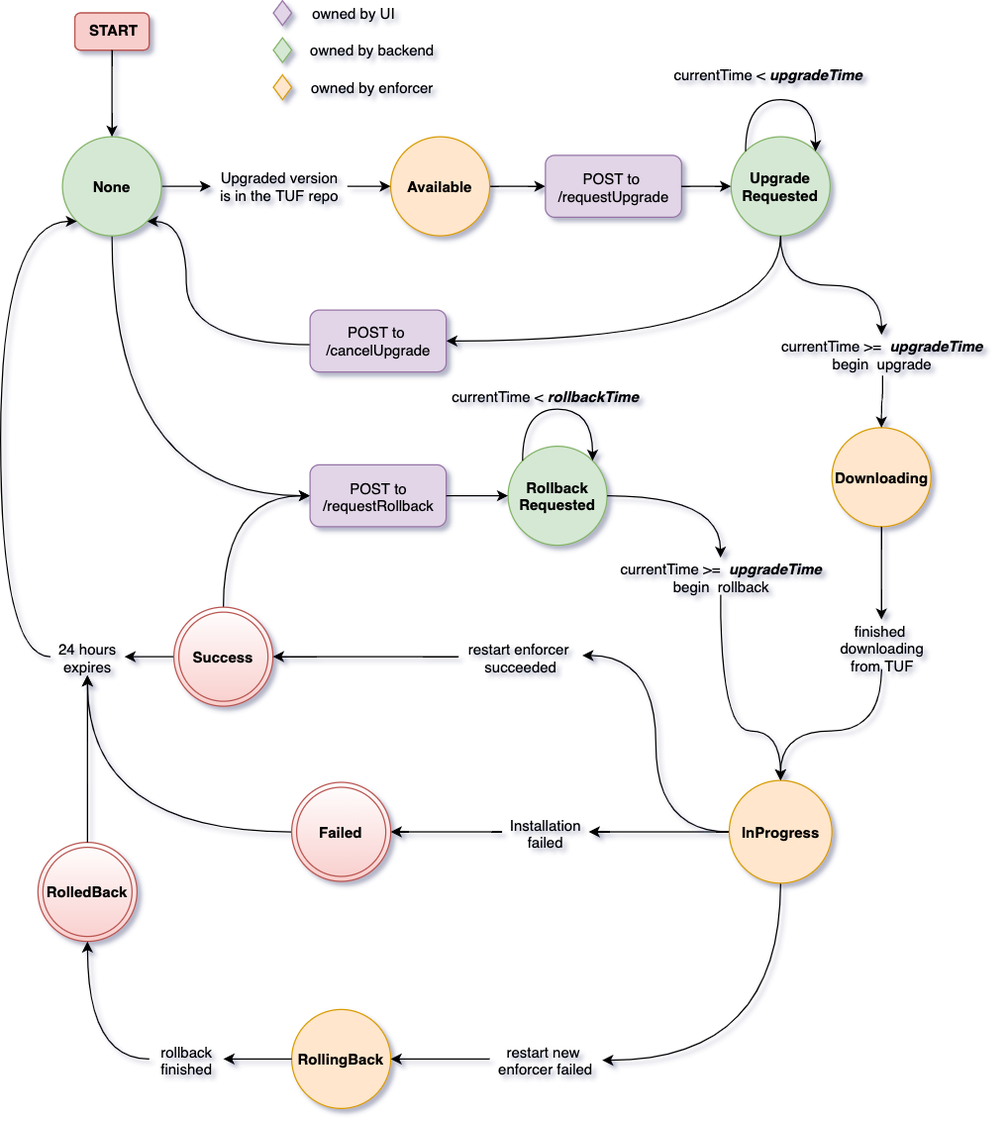
The draw.io diagram upgradeStatus.png in brianonn/drawio, before a commit. Source tidied: cells renumbered, new cells last; positions are measured from the earlier drawing's top-left corner, leaving out a move shared by most shapes.
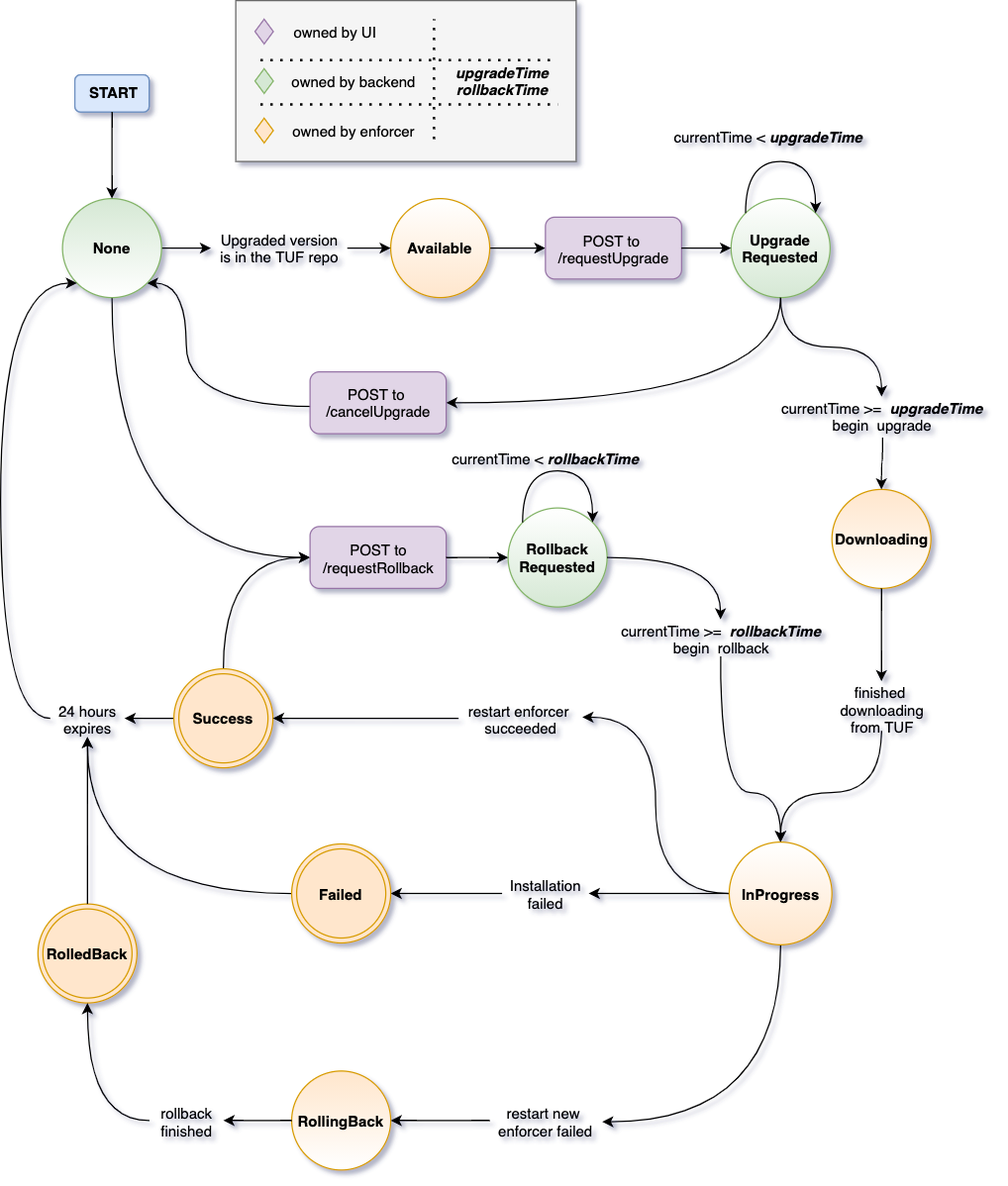
After the commit.

What changed in the source:
```diff
@@ -2,10 +2,10 @@
   <root>
     <mxCell id="0" />
     <mxCell id="1" parent="0" />
-    <mxCell id="2" style="group;fillColor=#f8cecc;strokeColor=#b85450;direction=west;rounded=1;glass=0;shadow=0;sketch=0;" parent="1" vertex="1">
+    <mxCell id="2" style="group;fillColor=#dae8fc;strokeColor=#6c8ebf;direction=west;rounded=1;glass=0;shadow=0;sketch=0;" parent="1" vertex="1">
       <mxGeometry x="60" y="10" width="60" height="30" as="geometry" />
     </mxCell>
-    <mxCell id="3" style="rounded=1;whiteSpace=wrap;html=1;fillColor=#f8cecc;strokeColor=#b85450;direction=west;" parent="2" vertex="1">
+    <mxCell id="3" style="rounded=1;whiteSpace=wrap;html=1;fillColor=#dae8fc;strokeColor=#6c8ebf;direction=west;" parent="2" vertex="1">
       <mxGeometry width="60" height="30" as="geometry" />
     </mxCell>
     <mxCell id="4" value="&lt;b&gt;START&lt;/b&gt;" style="text;html=1;align=left;verticalAlign=top;spacingTop=-4;direction=west;" parent="2" vertex="1">
@@ -14,7 +14,7 @@
     <mxCell id="5" style="edgeStyle=orthogonalEdgeStyle;curved=1;jettySize=auto;html=1;entryX=0;entryY=0.5;entryDx=0;entryDy=0;" parent="1" edge="1" source="6" target="49">
       <mxGeometry relative="1" as="geometry" />
     </mxCell>
-    <mxCell id="6" value="&lt;b&gt;Available&lt;/b&gt;" style="ellipse;whiteSpace=wrap;html=1;fillColor=#ffe6cc;strokeColor=#d79b00;direction=west;" parent="1" vertex="1">
+    <mxCell id="6" value="&lt;b&gt;Available&lt;/b&gt;" style="ellipse;whiteSpace=wrap;html=1;fillColor=#ffe6cc;strokeColor=#d79b00;direction=west;gradientColor=#ffffff;" parent="1" vertex="1">
       <mxGeometry x="315.2" y="110" width="80" height="80" as="geometry" />
     </mxCell>
     <mxCell id="7" style="edgeStyle=orthogonalEdgeStyle;curved=1;jettySize=auto;html=1;startArrow=none;startFill=0;endArrow=classic;endFill=1;entryX=0.5;entryY=1;entryDx=0;entryDy=0;" parent="1" edge="1" source="31" target="39">
@@ -25,7 +25,7 @@
         </Array>
       </mxGeometry>
     </mxCell>
-    <mxCell id="8" value="&lt;b&gt;Downloading&lt;/b&gt;" style="ellipse;whiteSpace=wrap;html=1;fillColor=#ffe6cc;strokeColor=#d79b00;direction=east;" parent="1" vertex="1">
+    <mxCell id="8" value="&lt;b&gt;Downloading&lt;/b&gt;" style="ellipse;whiteSpace=wrap;html=1;fillColor=#ffe6cc;strokeColor=#d79b00;direction=east;gradientColor=#ffffff;" parent="1" vertex="1">
       <mxGeometry x="671.7" y="345" width="80" height="80" as="geometry" />
     </mxCell>
     <mxCell id="9" style="edgeStyle=orthogonalEdgeStyle;curved=1;jettySize=auto;html=1;startArrow=none;startFill=0;endArrow=classic;endFill=1;entryX=0.5;entryY=0;entryDx=0;entryDy=0;exitX=0.495;exitY=-0.1;exitDx=0;exitDy=0;exitPerimeter=0;" parent="1" edge="1" source="29" target="8">
@@ -42,10 +42,10 @@
     <mxCell id="11" style="edgeStyle=orthogonalEdgeStyle;curved=1;jettySize=auto;html=1;entryX=1;entryY=0.5;entryDx=0;entryDy=0;exitX=0.5;exitY=0;exitDx=0;exitDy=0;" parent="1" edge="1" source="12" target="53">
       <mxGeometry relative="1" as="geometry" />
     </mxCell>
-    <mxCell id="12" value="&lt;b&gt;Upgrade&lt;br&gt;Requested&lt;/b&gt;" style="ellipse;whiteSpace=wrap;html=1;fillColor=#d5e8d4;strokeColor=#82b366;direction=west;" parent="1" vertex="1">
+    <mxCell id="12" value="&lt;b&gt;Upgrade&lt;br&gt;Requested&lt;/b&gt;" style="ellipse;whiteSpace=wrap;html=1;fillColor=#d5e8d4;strokeColor=#82b366;direction=west;gradientColor=#ffffff;" parent="1" vertex="1">
       <mxGeometry x="590.2" y="110" width="80" height="80" as="geometry" />
     </mxCell>
-    <mxCell id="13" value="&lt;b&gt;RolledBack&lt;/b&gt;" style="ellipse;shape=doubleEllipse;whiteSpace=wrap;html=1;fillColor=#f8cecc;strokeColor=#b85450;gradientColor=#ffffff;direction=west;" parent="1" vertex="1">
+    <mxCell id="13" value="&lt;b&gt;RolledBack&lt;/b&gt;" style="ellipse;shape=doubleEllipse;whiteSpace=wrap;html=1;fillColor=#ffe6cc;strokeColor=#d79b00;direction=west;" parent="1" vertex="1">
       <mxGeometry x="30.2" y="680" width="80" height="80" as="geometry" />
     </mxCell>
     <mxCell id="14" style="edgeStyle=orthogonalEdgeStyle;curved=1;jettySize=auto;html=1;startArrow=none;startFill=0;endArrow=classic;endFill=1;" parent="1" edge="1" source="16" target="42">
@@ -54,7 +54,7 @@
     <mxCell id="15" style="edgeStyle=orthogonalEdgeStyle;curved=1;jettySize=auto;html=1;entryX=0;entryY=0.5;entryDx=0;entryDy=0;exitX=0.5;exitY=1;exitDx=0;exitDy=0;" parent="1" edge="1" source="16" target="57">
       <mxGeometry relative="1" as="geometry" />
     </mxCell>
-    <mxCell id="16" value="&lt;b&gt;Success&lt;/b&gt;" style="ellipse;shape=doubleEllipse;whiteSpace=wrap;html=1;fillColor=#f8cecc;strokeColor=#b85450;gradientColor=#ffffff;direction=west;" parent="1" vertex="1">
+    <mxCell id="16" value="&lt;b&gt;Success&lt;/b&gt;" style="ellipse;shape=doubleEllipse;whiteSpace=wrap;html=1;fillColor=#ffe6cc;strokeColor=#d79b00;direction=west;" parent="1" vertex="1">
       <mxGeometry x="140" y="490" width="80" height="80" as="geometry" />
     </mxCell>
     <mxCell id="17" style="edgeStyle=orthogonalEdgeStyle;curved=1;jettySize=auto;html=1;startArrow=none;startFill=0;endArrow=classic;endFill=1;entryX=1;entryY=0.5;entryDx=0;entryDy=0;" parent="1" edge="1" source="40" target="21">
@@ -69,7 +69,7 @@
     <mxCell id="20" style="edgeStyle=orthogonalEdgeStyle;curved=1;jettySize=auto;html=1;startArrow=none;startFill=0;endArrow=classic;endFill=1;" parent="1" edge="1" source="27" target="13">
       <mxGeometry relative="1" as="geometry" />
     </mxCell>
-    <mxCell id="21" value="&lt;b&gt;RollingBack&lt;/b&gt;" style="ellipse;whiteSpace=wrap;html=1;fillColor=#ffe6cc;strokeColor=#d79b00;direction=east;" parent="1" vertex="1">
+    <mxCell id="21" value="&lt;b&gt;RollingBack&lt;/b&gt;" style="ellipse;whiteSpace=wrap;html=1;fillColor=#ffe6cc;strokeColor=#d79b00;direction=east;gradientColor=#ffffff;" parent="1" vertex="1">
       <mxGeometry x="235.2" y="815" width="80" height="80" as="geometry" />
     </mxCell>
     <mxCell id="22" style="edgeStyle=orthogonalEdgeStyle;curved=1;jettySize=auto;html=1;entryX=1;entryY=0.5;entryDx=0;entryDy=0;startArrow=none;startFill=0;endArrow=classic;endFill=1;" parent="1" edge="1" source="45" target="6">
@@ -81,7 +81,7 @@
     <mxCell id="24" style="edgeStyle=orthogonalEdgeStyle;curved=1;jettySize=auto;html=1;entryX=0;entryY=0.5;entryDx=0;entryDy=0;exitX=0.5;exitY=1;exitDx=0;exitDy=0;" parent="1" edge="1" source="25" target="57">
       <mxGeometry relative="1" as="geometry" />
     </mxCell>
-    <mxCell id="25" value="&lt;b&gt;None&lt;/b&gt;" style="ellipse;whiteSpace=wrap;html=1;labelBackgroundColor=none;fillColor=#d5e8d4;strokeColor=#82b366;direction=east;" parent="1" vertex="1">
+    <mxCell id="25" value="&lt;b&gt;None&lt;/b&gt;" style="ellipse;whiteSpace=wrap;html=1;labelBackgroundColor=none;fillColor=#d5e8d4;strokeColor=#82b366;direction=east;gradientColor=#ffffff;" parent="1" vertex="1">
       <mxGeometry x="50" y="110" width="80" height="80" as="geometry" />
     </mxCell>
     <mxCell id="26" value="restart enforcer &lt;br&gt;succeeded" style="text;html=1;points=[];align=center;verticalAlign=top;spacingTop=-4;direction=west;" parent="1" vertex="1">
@@ -108,7 +108,7 @@
     <mxCell id="33" style="edgeStyle=orthogonalEdgeStyle;curved=1;jettySize=auto;html=1;startArrow=none;startFill=0;endArrow=classic;endFill=1;" parent="1" edge="1" source="34" target="42">
       <mxGeometry relative="1" as="geometry" />
     </mxCell>
-    <mxCell id="34" value="&lt;b&gt;Failed&lt;/b&gt;" style="ellipse;shape=doubleEllipse;whiteSpace=wrap;html=1;fillColor=#f8cecc;strokeColor=#b85450;gradientColor=#ffffff;direction=west;" parent="1" vertex="1">
+    <mxCell id="34" value="&lt;b&gt;Failed&lt;/b&gt;" style="ellipse;shape=doubleEllipse;whiteSpace=wrap;html=1;fillColor=#ffe6cc;strokeColor=#d79b00;direction=west;" parent="1" vertex="1">
       <mxGeometry x="235.2" y="631.5" width="80" height="80" as="geometry" />
     </mxCell>
     <mxCell id="35" value="Installation&lt;br&gt;failed" style="text;html=1;points=[];align=center;verticalAlign=top;spacingTop=-4;direction=west;" parent="1" vertex="1">
@@ -123,7 +123,7 @@
     <mxCell id="38" style="edgeStyle=orthogonalEdgeStyle;curved=1;jettySize=auto;html=1;entryX=-0.01;entryY=0.467;entryDx=0;entryDy=0;entryPerimeter=0;exitX=0.5;exitY=0;exitDx=0;exitDy=0;" parent="1" edge="1" source="39" target="40">
       <mxGeometry relative="1" as="geometry" />
     </mxCell>
-    <mxCell id="39" value="&lt;b&gt;InProgress&lt;/b&gt;" style="ellipse;whiteSpace=wrap;html=1;fillColor=#ffe6cc;strokeColor=#d79b00;direction=west;" parent="1" vertex="1">
+    <mxCell id="39" value="&lt;b&gt;InProgress&lt;/b&gt;" style="ellipse;whiteSpace=wrap;html=1;fillColor=#ffe6cc;strokeColor=#d79b00;direction=west;gradientColor=#ffffff;" parent="1" vertex="1">
       <mxGeometry x="588.7" y="630" width="83" height="83" as="geometry" />
     </mxCell>
     <mxCell id="40" value="restart new &lt;br&gt;enforcer failed" style="text;html=1;points=[];align=center;verticalAlign=top;spacingTop=-4;direction=west;" parent="1" vertex="1">
@@ -183,7 +183,7 @@
     <mxCell id="54" value="POST to&amp;nbsp;&lt;br&gt;/cancelUpgrade" style="text;html=1;align=center;verticalAlign=middle;points=[];" parent="52" vertex="1">
       <mxGeometry x="5" y="10" width="100" height="30" as="geometry" />
     </mxCell>
-    <mxCell id="55" value="&lt;b&gt;Rollback&lt;br&gt;Requested&lt;/b&gt;" style="ellipse;whiteSpace=wrap;html=1;fillColor=#d5e8d4;strokeColor=#82b366;direction=west;" parent="1" vertex="1">
+    <mxCell id="55" value="&lt;b&gt;Rollback&lt;br&gt;Requested&lt;/b&gt;" style="ellipse;whiteSpace=wrap;html=1;fillColor=#d5e8d4;strokeColor=#82b366;direction=west;gradientColor=#ffffff;" parent="1" vertex="1">
       <mxGeometry x="410" y="360" width="80" height="80" as="geometry" />
     </mxCell>
     <mxCell id="56" style="group;" parent="1" vertex="1">
@@ -211,37 +211,63 @@
     <mxCell id="61" value="currentTime &amp;lt; &lt;b&gt;&lt;i&gt;rollbackTime&lt;/i&gt;&lt;/b&gt;" style="text;html=1;align=center;verticalAlign=middle;" parent="1" vertex="1">
       <mxGeometry x="355.2" y="310" width="170" height="20" as="geometry" />
     </mxCell>
+    <mxCell id="68" style="edgeStyle=orthogonalEdgeStyle;curved=1;jettySize=auto;html=1;" parent="1" edge="1" source="69" target="39">
+      <mxGeometry relative="1" as="geometry">
+        <Array as="points">
+          <mxPoint x="582" y="590" />
+          <mxPoint x="630" y="590" />
+        </Array>
+      </mxGeometry>
+    </mxCell>
+    <mxCell id="69" value="currentTime &amp;gt;=&amp;nbsp; &lt;b&gt;&lt;i&gt;rollbackTime&lt;/i&gt;&lt;/b&gt;&lt;br&gt;begin&amp;nbsp; rollback" style="text;html=1;points=[];align=center;verticalAlign=top;spacingTop=-4;direction=west;" parent="1" vertex="1">
+      <mxGeometry x="491.7" y="450" width="180" height="30" as="geometry" />
+    </mxCell>
+    <mxCell id="70" style="edgeStyle=orthogonalEdgeStyle;curved=1;jettySize=auto;html=1;entryX=0.5;entryY=1;entryDx=0;entryDy=0;" parent="1" edge="1" source="55" target="69">
+      <mxGeometry relative="1" as="geometry" />
+    </mxCell>
+    <mxCell id="71" style="group;" parent="1" vertex="1">
+      <mxGeometry x="190" y="-50" width="275" height="130" as="geometry" />
+    </mxCell>
+    <mxCell id="72" style="rounded=0;whiteSpace=wrap;html=1;shadow=0;glass=0;sketch=0;strokeColor=#666666;fillColor=#f5f5f5;align=center;fontColor=#333333;" parent="71" vertex="1">
+      <mxGeometry width="275" height="130" as="geometry" />
+    </mxCell>
-    <mxCell id="62" value="owned by UI" style="text;html=1;align=center;verticalAlign=middle;" parent="1" vertex="1">
-      <mxGeometry x="245" width="80" height="20" as="geometry" />
+    <mxCell id="62" value="owned by UI" style="text;html=1;align=center;verticalAlign=middle;" parent="71" vertex="1">
+      <mxGeometry x="40" y="15" width="80" height="20" as="geometry" />
     </mxCell>
-    <mxCell id="63" value="owned by backend" style="text;html=1;align=center;verticalAlign=middle;" parent="1" vertex="1">
-      <mxGeometry x="240" y="30" width="120" height="20" as="geometry" />
+    <mxCell id="63" value="owned by backend" style="text;html=1;align=center;verticalAlign=middle;" parent="71" vertex="1">
+      <mxGeometry x="35.2" y="55" width="120" height="20" as="geometry" />
     </mxCell>
-    <mxCell id="64" value="owned by enforcer" style="text;html=1;align=center;verticalAlign=middle;" parent="1" vertex="1">
-      <mxGeometry x="245" y="60" width="110" height="20" as="geometry" />
+    <mxCell id="64" value="owned by enforcer" style="text;html=1;align=center;verticalAlign=middle;" parent="71" vertex="1">
+      <mxGeometry x="40.2" y="95" width="110" height="20" as="geometry" />
     </mxCell>
-    <mxCell id="65" style="rhombus;whiteSpace=wrap;html=1;fillColor=#e1d5e7;align=center;strokeColor=#9673a6;" parent="1" vertex="1">
-      <mxGeometry x="220.3" width="14.8" height="20" as="geometry" />
+    <mxCell id="65" style="rhombus;whiteSpace=wrap;html=1;fillColor=#e1d5e7;align=center;strokeColor=#9673a6;" parent="71" vertex="1">
+      <mxGeometry x="15.5" y="15" width="14.8" height="20" as="geometry" />
     </mxCell>
-    <mxCell id="66" style="rhombus;whiteSpace=wrap;html=1;fillColor=#d5e8d4;align=center;strokeColor=#82b366;" parent="1" vertex="1">
-      <mxGeometry x="220.3" y="30" width="14.8" height="20" as="geometry" />
+    <mxCell id="66" style="rhombus;whiteSpace=wrap;html=1;fillColor=#d5e8d4;align=center;strokeColor=#82b366;" parent="71" vertex="1">
+      <mxGeometry x="15.5" y="55" width="14.8" height="20" as="geometry" />
     </mxCell>
-    <mxCell id="67" style="rhombus;whiteSpace=wrap;html=1;fillColor=#ffe6cc;align=center;strokeColor=#d79b00;" parent="1" vertex="1">
-      <mxGeometry x="220.3" y="60" width="14.8" height="20" as="geometry" />
+    <mxCell id="67" style="rhombus;whiteSpace=wrap;html=1;fillColor=#ffe6cc;align=center;strokeColor=#d79b00;" parent="71" vertex="1">
+      <mxGeometry x="15.5" y="95" width="14.8" height="20" as="geometry" />
     </mxCell>
-    <mxCell id="68" style="edgeStyle=orthogonalEdgeStyle;curved=1;jettySize=auto;html=1;" parent="1" edge="1" source="69" target="39">
-      <mxGeometry relative="1" as="geometry">
-        <Array as="points">
-          <mxPoint x="582" y="590" />
-          <mxPoint x="630" y="590" />
-        </Array>
-      </mxGeometry>
-    </mxCell>
-    <mxCell id="69" value="currentTime &amp;gt;=&amp;nbsp; &lt;b&gt;&lt;i&gt;upgradeTime&lt;/i&gt;&lt;/b&gt;&lt;br&gt;begin&amp;nbsp; rollback" style="text;html=1;points=[];align=center;verticalAlign=top;spacingTop=-4;direction=west;" parent="1" vertex="1">
-      <mxGeometry x="491.7" y="450" width="180" height="30" as="geometry" />
-    </mxCell>
-    <mxCell id="70" style="edgeStyle=orthogonalEdgeStyle;curved=1;jettySize=auto;html=1;entryX=0.5;entryY=1;entryDx=0;entryDy=0;" parent="1" edge="1" source="55" target="69">
-      <mxGeometry relative="1" as="geometry" />
-    </mxCell>
+    <mxCell id="73" value="&lt;b&gt;&lt;i&gt;upgradeTime&lt;br&gt;rollbackTime&lt;/i&gt;&lt;/b&gt;" style="text;html=1;align=center;verticalAlign=middle;points=[];" parent="71" vertex="1">
+      <mxGeometry x="170" y="50" width="90" height="30" as="geometry" />
+    </mxCell>
+    <mxCell id="74" style="endArrow=none;dashed=1;html=1;dashPattern=1 3;strokeWidth=2;entryX=0.935;entryY=-0.065;entryDx=0;entryDy=0;entryPerimeter=0;" parent="71" edge="1" target="73">
+      <mxGeometry relative="1" as="geometry">
+        <mxPoint x="20" y="48" as="sourcePoint" />
+      </mxGeometry>
+    </mxCell>
+    <mxCell id="75" style="endArrow=none;dashed=1;html=1;dashPattern=1 3;strokeWidth=2;entryX=0.935;entryY=-0.065;entryDx=0;entryDy=0;entryPerimeter=0;" parent="71" edge="1">
+      <mxGeometry relative="1" as="geometry">
+        <mxPoint x="20" y="84" as="sourcePoint" />
+        <mxPoint x="260" y="83.8" as="targetPoint" />
+      </mxGeometry>
+    </mxCell>
+    <mxCell id="76" style="endArrow=none;dashed=1;html=1;dashPattern=1 3;strokeWidth=2;entryX=0.935;entryY=-0.065;entryDx=0;entryDy=0;entryPerimeter=0;" parent="71" edge="1">
+      <mxGeometry relative="1" as="geometry">
+        <mxPoint x="160" y="111.9" as="sourcePoint" />
+        <mxPoint x="160.2" y="15" as="targetPoint" />
+      </mxGeometry>
+    </mxCell>
   </root>
 </mxGraphModel>
```
